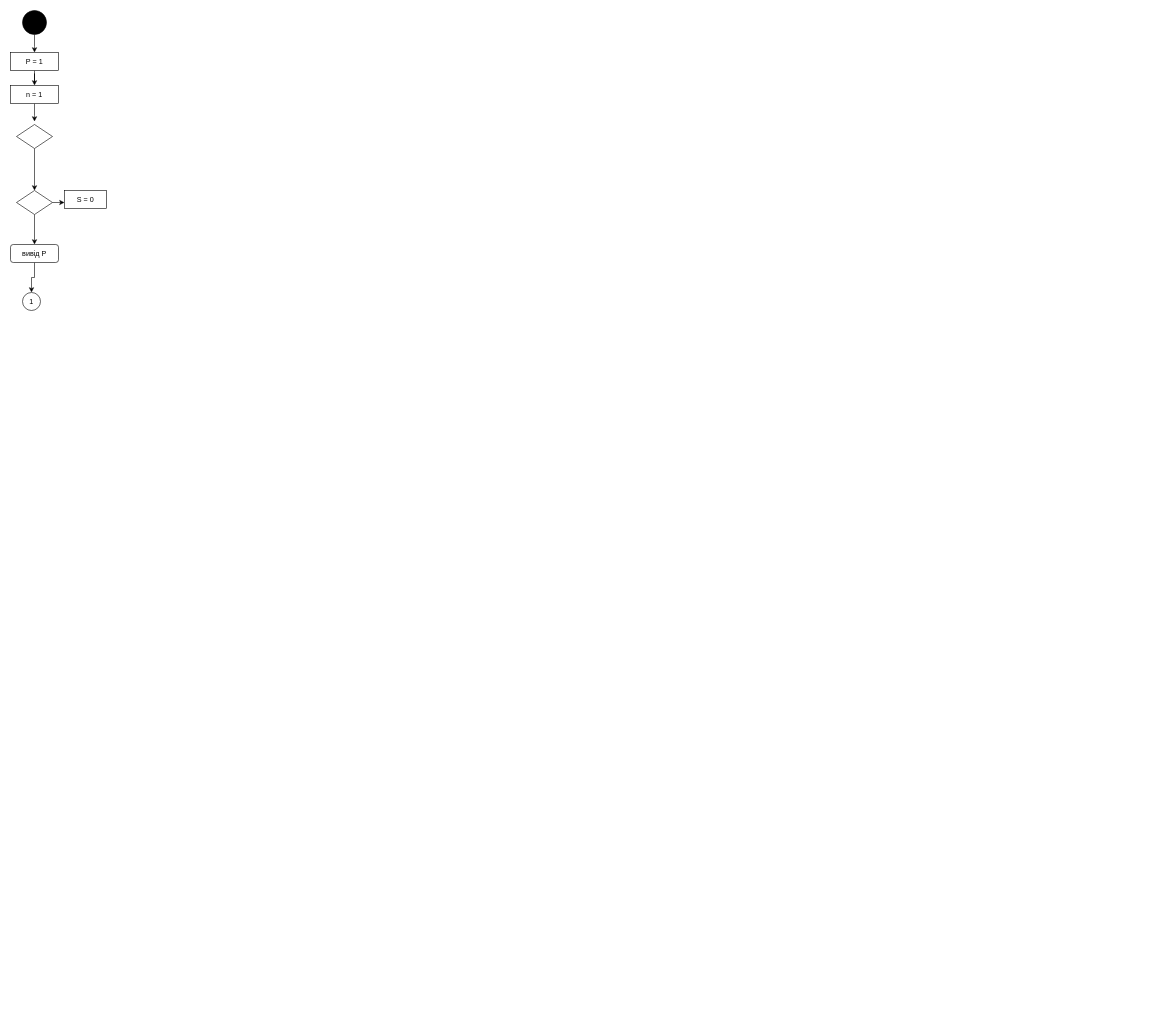
Earlier version of the draw.io diagram page "Страница 2" (2 of 2) of Диаграмма без названия.drawio (Sofiia213/4.2). Source tidied: cells renumbered, new cells numbered last; positions are measured from the earlier drawing's top-left corner, leaving out a move shared by most shapes. Both pictures are drawn from the tidied source at 60%, with x=0, y=0 at pixel (10, 10).
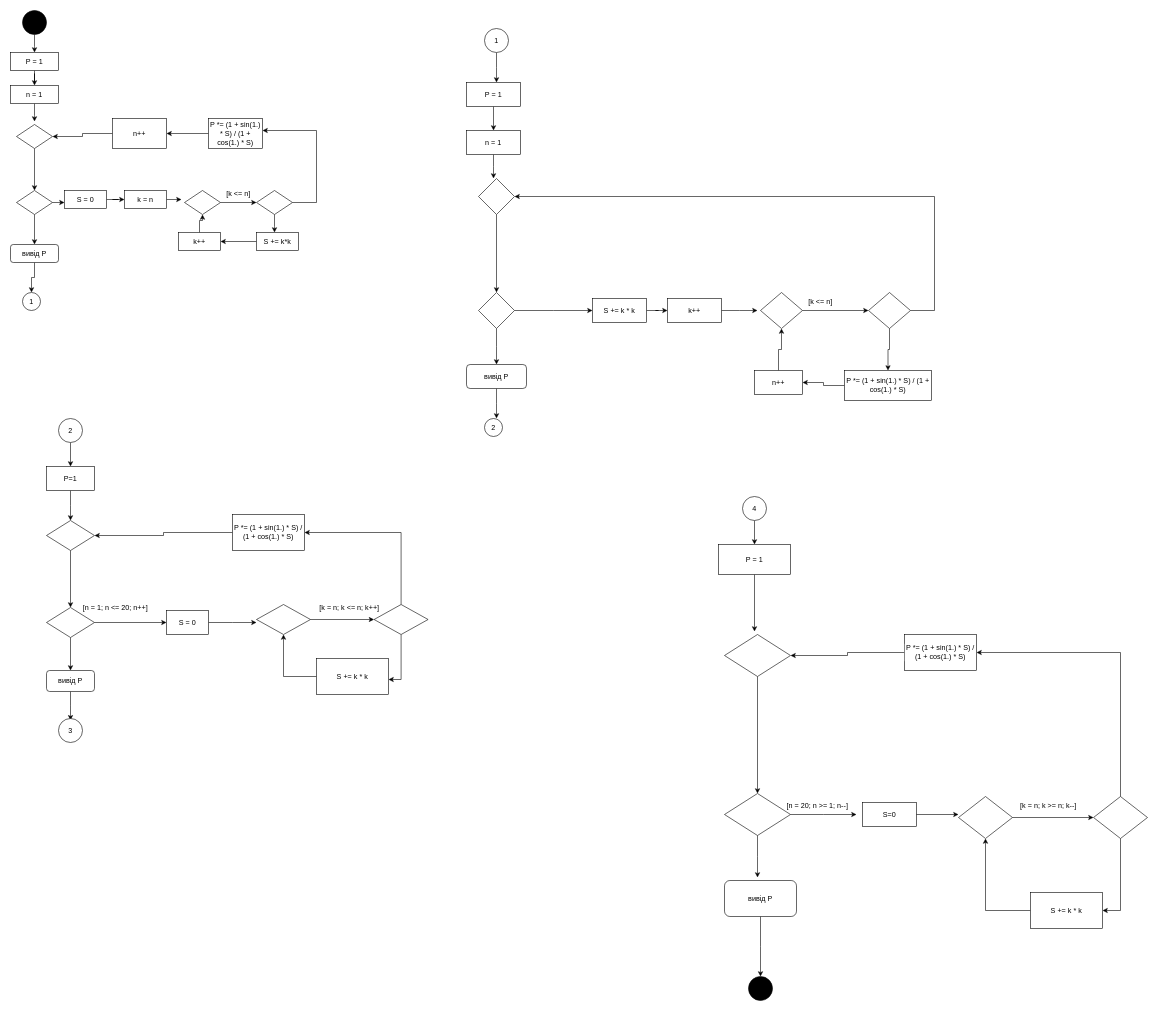
Above is the later version.

Unchanged cells that the change refers to:
```xml
<mxCell id="9" style="rhombus;whiteSpace=wrap;html=1;fillColor=#FFFFFF;" parent="1" vertex="1">
  <mxGeometry x="10" y="190" width="60" height="40" as="geometry" />
</mxCell>
<mxCell id="16" value="S = 0" style="rounded=0;whiteSpace=wrap;html=1;fillColor=#FFFFFF;" parent="1" vertex="1">
  <mxGeometry x="90" y="300" width="70" height="30" as="geometry" />
</mxCell>
```

Diff of the diagram source:
```diff
@@
+    <mxCell id="17" style="edgeStyle=orthogonalEdgeStyle;rounded=0;jettySize=auto;html=1;" parent="1" edge="1" source="16" target="19">
+      <mxGeometry relative="1" as="geometry" />
+    </mxCell>
@@
+    <mxCell id="18" style="edgeStyle=orthogonalEdgeStyle;rounded=0;jettySize=auto;html=1;" parent="1" edge="1" source="19">
+      <mxGeometry relative="1" as="geometry">
+        <mxPoint x="285" y="315" as="targetPoint" />
+      </mxGeometry>
+    </mxCell>
+    <mxCell id="19" value="k = n" style="rounded=0;whiteSpace=wrap;html=1;fillColor=#FFFFFF;" parent="1" vertex="1">
+      <mxGeometry x="190" y="300" width="70" height="30" as="geometry" />
+    </mxCell>
+    <mxCell id="20" style="edgeStyle=orthogonalEdgeStyle;rounded=0;jettySize=auto;html=1;" parent="1" edge="1" source="21" target="24">
+      <mxGeometry relative="1" as="geometry" />
+    </mxCell>
+    <mxCell id="21" style="rhombus;whiteSpace=wrap;html=1;" parent="1" vertex="1">
+      <mxGeometry x="290" y="300" width="60" height="40" as="geometry" />
+    </mxCell>
+    <mxCell id="22" style="edgeStyle=orthogonalEdgeStyle;rounded=0;jettySize=auto;html=1;" parent="1" edge="1" source="24">
+      <mxGeometry relative="1" as="geometry">
+        <mxPoint x="440" y="370" as="targetPoint" />
+      </mxGeometry>
+    </mxCell>
+    <mxCell id="23" style="edgeStyle=orthogonalEdgeStyle;rounded=0;jettySize=auto;html=1;" parent="1" edge="1" source="24" target="31">
+      <mxGeometry relative="1" as="geometry">
+        <Array as="points">
+          <mxPoint x="510" y="320" />
+          <mxPoint x="510" y="200" />
+        </Array>
+      </mxGeometry>
+    </mxCell>
+    <mxCell id="24" style="rhombus;whiteSpace=wrap;html=1;" parent="1" vertex="1">
+      <mxGeometry x="410" y="300" width="60" height="40" as="geometry" />
+    </mxCell>
+    <mxCell id="25" style="edgeStyle=orthogonalEdgeStyle;rounded=0;jettySize=auto;html=1;" parent="1" edge="1" source="26" target="29">
+      <mxGeometry relative="1" as="geometry" />
+    </mxCell>
+    <mxCell id="26" value="S += k*k" style="rounded=0;whiteSpace=wrap;html=1;" parent="1" vertex="1">
+      <mxGeometry x="410" y="370" width="70" height="30" as="geometry" />
+    </mxCell>
+    <mxCell id="27" value="[k &amp;lt;= n]" style="text;html=1;strokeColor=none;fillColor=none;align=center;verticalAlign=middle;whiteSpace=wrap;rounded=0;" parent="1" vertex="1">
+      <mxGeometry x="350" y="290" width="60" height="30" as="geometry" />
+    </mxCell>
+    <mxCell id="28" style="edgeStyle=orthogonalEdgeStyle;rounded=0;jettySize=auto;html=1;" parent="1" edge="1" source="29" target="21">
+      <mxGeometry relative="1" as="geometry" />
+    </mxCell>
+    <mxCell id="29" value="k++" style="rounded=0;whiteSpace=wrap;html=1;" parent="1" vertex="1">
+      <mxGeometry x="280" y="370" width="70" height="30" as="geometry" />
+    </mxCell>
+    <mxCell id="30" style="edgeStyle=orthogonalEdgeStyle;rounded=0;jettySize=auto;html=1;" parent="1" edge="1" source="31" target="33">
+      <mxGeometry relative="1" as="geometry" />
+    </mxCell>
+    <mxCell id="31" value="P *= (1 + sin(1.) * S) / (1 + cos(1.) * S)" style="rounded=0;whiteSpace=wrap;html=1;" parent="1" vertex="1">
+      <mxGeometry x="330" y="180" width="90" height="50" as="geometry" />
+    </mxCell>
+    <mxCell id="32" style="edgeStyle=orthogonalEdgeStyle;rounded=0;jettySize=auto;html=1;entryX=1;entryY=0.5;entryDx=0;entryDy=0;" parent="1" edge="1" source="33" target="9">
+      <mxGeometry relative="1" as="geometry" />
+    </mxCell>
+    <mxCell id="33" value="n++" style="rounded=0;whiteSpace=wrap;html=1;" parent="1" vertex="1">
+      <mxGeometry x="170" y="180" width="90" height="50" as="geometry" />
+    </mxCell>
+    <mxCell id="34" style="edgeStyle=orthogonalEdgeStyle;rounded=0;jettySize=auto;html=1;" parent="1" edge="1" source="35">
+      <mxGeometry relative="1" as="geometry">
+        <mxPoint x="810" y="120" as="targetPoint" />
+      </mxGeometry>
+    </mxCell>
+    <mxCell id="35" value="1" style="ellipse;whiteSpace=wrap;html=1;" parent="1" vertex="1">
+      <mxGeometry x="790" y="30" width="40" height="40" as="geometry" />
+    </mxCell>
+    <mxCell id="36" style="edgeStyle=orthogonalEdgeStyle;rounded=0;jettySize=auto;html=1;" parent="1" edge="1" source="37" target="39">
+      <mxGeometry relative="1" as="geometry" />
+    </mxCell>
+    <mxCell id="37" value="P = 1" style="rounded=0;whiteSpace=wrap;html=1;" parent="1" vertex="1">
+      <mxGeometry x="760" y="120" width="90" height="40" as="geometry" />
+    </mxCell>
+    <mxCell id="38" style="edgeStyle=orthogonalEdgeStyle;rounded=0;jettySize=auto;html=1;" parent="1" edge="1" source="39">
+      <mxGeometry relative="1" as="geometry">
+        <mxPoint x="805" y="280" as="targetPoint" />
+      </mxGeometry>
+    </mxCell>
+    <mxCell id="39" value="n = 1" style="rounded=0;whiteSpace=wrap;html=1;" parent="1" vertex="1">
+      <mxGeometry x="760" y="200" width="90" height="40" as="geometry" />
+    </mxCell>
+    <mxCell id="40" style="edgeStyle=orthogonalEdgeStyle;rounded=0;jettySize=auto;html=1;" parent="1" edge="1" source="41" target="44">
+      <mxGeometry relative="1" as="geometry" />
+    </mxCell>
+    <mxCell id="41" style="rhombus;whiteSpace=wrap;html=1;" parent="1" vertex="1">
+      <mxGeometry x="780" y="280" width="60" height="60" as="geometry" />
+    </mxCell>
+    <mxCell id="42" style="edgeStyle=orthogonalEdgeStyle;rounded=0;jettySize=auto;html=1;" parent="1" edge="1" source="44">
+      <mxGeometry relative="1" as="geometry">
+        <mxPoint x="970" y="500" as="targetPoint" />
+      </mxGeometry>
+    </mxCell>
+    <mxCell id="43" style="edgeStyle=orthogonalEdgeStyle;rounded=0;jettySize=auto;html=1;" parent="1" edge="1" source="44">
+      <mxGeometry relative="1" as="geometry">
+        <mxPoint x="810" y="590" as="targetPoint" />
+      </mxGeometry>
+    </mxCell>
+    <mxCell id="44" style="rhombus;whiteSpace=wrap;html=1;" parent="1" vertex="1">
+      <mxGeometry x="780" y="470" width="60" height="60" as="geometry" />
+    </mxCell>
+    <mxCell id="45" style="edgeStyle=orthogonalEdgeStyle;rounded=0;jettySize=auto;html=1;" parent="1" edge="1" source="46">
+      <mxGeometry relative="1" as="geometry">
+        <mxPoint x="810" y="680" as="targetPoint" />
+      </mxGeometry>
+    </mxCell>
+    <mxCell id="46" value="вивід P" style="rounded=1;whiteSpace=wrap;html=1;" parent="1" vertex="1">
+      <mxGeometry x="760" y="590" width="100" height="40" as="geometry" />
+    </mxCell>
+    <mxCell id="47" value="2" style="ellipse;whiteSpace=wrap;html=1;" parent="1" vertex="1">
+      <mxGeometry x="790" y="680" width="30" height="30" as="geometry" />
+    </mxCell>
+    <mxCell id="48" style="edgeStyle=orthogonalEdgeStyle;rounded=0;jettySize=auto;html=1;" parent="1" edge="1" source="49" target="51">
+      <mxGeometry relative="1" as="geometry" />
+    </mxCell>
+    <mxCell id="49" value="S += k * k" style="rounded=0;whiteSpace=wrap;html=1;" parent="1" vertex="1">
+      <mxGeometry x="970" y="480" width="90" height="40" as="geometry" />
+    </mxCell>
+    <mxCell id="50" style="edgeStyle=orthogonalEdgeStyle;rounded=0;jettySize=auto;html=1;" parent="1" edge="1" source="51">
+      <mxGeometry relative="1" as="geometry">
+        <mxPoint x="1245" y="500" as="targetPoint" />
+      </mxGeometry>
+    </mxCell>
+    <mxCell id="51" value="k++" style="rounded=0;whiteSpace=wrap;html=1;" parent="1" vertex="1">
+      <mxGeometry x="1095" y="480" width="90" height="40" as="geometry" />
+    </mxCell>
+    <mxCell id="52" style="edgeStyle=orthogonalEdgeStyle;rounded=0;jettySize=auto;html=1;" parent="1" edge="1" source="53" target="56">
+      <mxGeometry relative="1" as="geometry" />
+    </mxCell>
+    <mxCell id="53" style="rhombus;whiteSpace=wrap;html=1;" parent="1" vertex="1">
+      <mxGeometry x="1250" y="470" width="70" height="60" as="geometry" />
+    </mxCell>
+    <mxCell id="54" style="edgeStyle=orthogonalEdgeStyle;rounded=0;jettySize=auto;html=1;" parent="1" edge="1" source="56" target="58">
+      <mxGeometry relative="1" as="geometry" />
+    </mxCell>
+    <mxCell id="55" style="edgeStyle=orthogonalEdgeStyle;rounded=0;jettySize=auto;html=1;entryX=1;entryY=0.5;entryDx=0;entryDy=0;" parent="1" edge="1" source="56" target="41">
+      <mxGeometry relative="1" as="geometry">
+        <Array as="points">
+          <mxPoint x="1540" y="500" />
+          <mxPoint x="1540" y="310" />
+        </Array>
+      </mxGeometry>
+    </mxCell>
+    <mxCell id="56" style="rhombus;whiteSpace=wrap;html=1;" parent="1" vertex="1">
+      <mxGeometry x="1430" y="470" width="70" height="60" as="geometry" />
+    </mxCell>
+    <mxCell id="57" style="edgeStyle=orthogonalEdgeStyle;rounded=0;jettySize=auto;html=1;" parent="1" edge="1" source="58" target="60">
+      <mxGeometry relative="1" as="geometry" />
+    </mxCell>
+    <mxCell id="58" value="P *= (1 + sin(1.) * S) / (1 + cos(1.) * S)" style="rounded=0;whiteSpace=wrap;html=1;" parent="1" vertex="1">
+      <mxGeometry x="1390" y="600" width="145" height="50" as="geometry" />
+    </mxCell>
+    <mxCell id="59" style="edgeStyle=orthogonalEdgeStyle;rounded=0;jettySize=auto;html=1;entryX=0.5;entryY=1;entryDx=0;entryDy=0;" parent="1" edge="1" source="60" target="53">
+      <mxGeometry relative="1" as="geometry" />
+    </mxCell>
+    <mxCell id="60" value="n++" style="rounded=0;whiteSpace=wrap;html=1;" parent="1" vertex="1">
+      <mxGeometry x="1240" y="600" width="80" height="40" as="geometry" />
+    </mxCell>
+    <mxCell id="61" value="[k &amp;lt;= n]" style="text;html=1;strokeColor=none;fillColor=none;align=center;verticalAlign=middle;whiteSpace=wrap;rounded=0;" parent="1" vertex="1">
+      <mxGeometry x="1320" y="470" width="60" height="30" as="geometry" />
+    </mxCell>
+    <mxCell id="62" style="edgeStyle=orthogonalEdgeStyle;rounded=0;jettySize=auto;html=1;" parent="1" edge="1" source="63" target="65">
+      <mxGeometry relative="1" as="geometry" />
+    </mxCell>
+    <mxCell id="63" value="2" style="ellipse;whiteSpace=wrap;html=1;" parent="1" vertex="1">
+      <mxGeometry x="80" y="680" width="40" height="40" as="geometry" />
+    </mxCell>
+    <mxCell id="64" style="edgeStyle=orthogonalEdgeStyle;rounded=0;jettySize=auto;html=1;" parent="1" edge="1" source="65">
+      <mxGeometry relative="1" as="geometry">
+        <mxPoint x="100" y="850" as="targetPoint" />
+      </mxGeometry>
+    </mxCell>
+    <mxCell id="65" value="P=1" style="rounded=0;whiteSpace=wrap;html=1;" parent="1" vertex="1">
+      <mxGeometry x="60" y="760" width="80" height="40" as="geometry" />
+    </mxCell>
+    <mxCell id="66" style="edgeStyle=orthogonalEdgeStyle;rounded=0;jettySize=auto;html=1;" parent="1" edge="1" source="67" target="70">
+      <mxGeometry relative="1" as="geometry" />
+    </mxCell>
+    <mxCell id="67" style="rhombus;whiteSpace=wrap;html=1;" parent="1" vertex="1">
+      <mxGeometry x="60" y="850" width="80" height="50" as="geometry" />
+    </mxCell>
+    <mxCell id="68" style="edgeStyle=orthogonalEdgeStyle;rounded=0;jettySize=auto;html=1;" parent="1" edge="1" source="70" target="72">
+      <mxGeometry relative="1" as="geometry" />
+    </mxCell>
+    <mxCell id="69" style="edgeStyle=orthogonalEdgeStyle;rounded=0;jettySize=auto;html=1;" parent="1" edge="1" source="70" target="76">
+      <mxGeometry relative="1" as="geometry" />
+    </mxCell>
+    <mxCell id="70" style="rhombus;whiteSpace=wrap;html=1;" parent="1" vertex="1">
+      <mxGeometry x="60" y="995" width="80" height="50" as="geometry" />
+    </mxCell>
+    <mxCell id="71" style="edgeStyle=orthogonalEdgeStyle;rounded=0;jettySize=auto;html=1;" parent="1" edge="1" source="72">
+      <mxGeometry relative="1" as="geometry">
+        <mxPoint x="100" y="1183" as="targetPoint" />
+      </mxGeometry>
+    </mxCell>
+    <mxCell id="72" value="вивід P" style="rounded=1;whiteSpace=wrap;html=1;" parent="1" vertex="1">
+      <mxGeometry x="60" y="1100" width="80" height="35" as="geometry" />
+    </mxCell>
+    <mxCell id="73" value="3" style="ellipse;whiteSpace=wrap;html=1;" parent="1" vertex="1">
+      <mxGeometry x="80" y="1180" width="40" height="40" as="geometry" />
+    </mxCell>
+    <mxCell id="74" value="[n = 1; n &amp;lt;= 20; n++]" style="text;html=1;strokeColor=none;fillColor=none;align=center;verticalAlign=middle;whiteSpace=wrap;rounded=0;" parent="1" vertex="1">
+      <mxGeometry x="110" y="980" width="130" height="30" as="geometry" />
+    </mxCell>
+    <mxCell id="75" style="edgeStyle=orthogonalEdgeStyle;rounded=0;jettySize=auto;html=1;" parent="1" edge="1" source="76">
+      <mxGeometry relative="1" as="geometry">
+        <mxPoint x="410" y="1020" as="targetPoint" />
+      </mxGeometry>
+    </mxCell>
+    <mxCell id="76" value="S = 0" style="rounded=0;whiteSpace=wrap;html=1;" parent="1" vertex="1">
+      <mxGeometry x="260" y="1000" width="70" height="40" as="geometry" />
+    </mxCell>
+    <mxCell id="77" style="edgeStyle=orthogonalEdgeStyle;rounded=0;jettySize=auto;html=1;" parent="1" edge="1" source="78" target="81">
+      <mxGeometry relative="1" as="geometry" />
+    </mxCell>
+    <mxCell id="78" style="rhombus;whiteSpace=wrap;html=1;" parent="1" vertex="1">
+      <mxGeometry x="410" y="990" width="90" height="50" as="geometry" />
+    </mxCell>
+    <mxCell id="79" style="edgeStyle=orthogonalEdgeStyle;rounded=0;jettySize=auto;html=1;" parent="1" edge="1" source="81" target="83">
+      <mxGeometry relative="1" as="geometry">
+        <Array as="points">
+          <mxPoint x="651" y="1115" />
+        </Array>
+      </mxGeometry>
+    </mxCell>
+    <mxCell id="80" style="edgeStyle=orthogonalEdgeStyle;rounded=0;jettySize=auto;html=1;" parent="1" edge="1" source="81" target="85">
+      <mxGeometry relative="1" as="geometry">
+        <Array as="points">
+          <mxPoint x="651" y="870" />
+        </Array>
+      </mxGeometry>
+    </mxCell>
+    <mxCell id="81" style="rhombus;whiteSpace=wrap;html=1;" parent="1" vertex="1">
+      <mxGeometry x="606" y="990" width="90" height="50" as="geometry" />
+    </mxCell>
+    <mxCell id="82" style="edgeStyle=orthogonalEdgeStyle;rounded=0;jettySize=auto;html=1;entryX=0.5;entryY=1;entryDx=0;entryDy=0;" parent="1" edge="1" source="83" target="78">
+      <mxGeometry relative="1" as="geometry" />
+    </mxCell>
+    <mxCell id="83" value="S += k * k" style="rounded=0;whiteSpace=wrap;html=1;" parent="1" vertex="1">
+      <mxGeometry x="510" y="1080" width="120" height="60" as="geometry" />
+    </mxCell>
+    <mxCell id="84" style="edgeStyle=orthogonalEdgeStyle;rounded=0;jettySize=auto;html=1;entryX=1;entryY=0.5;entryDx=0;entryDy=0;" parent="1" edge="1" source="85" target="67">
+      <mxGeometry relative="1" as="geometry" />
+    </mxCell>
+    <mxCell id="85" value="P *= (1 + sin(1.) * S) / (1 + cos(1.) * S)" style="rounded=0;whiteSpace=wrap;html=1;" parent="1" vertex="1">
+      <mxGeometry x="370" y="840" width="120" height="60" as="geometry" />
+    </mxCell>
+    <mxCell id="86" style="edgeStyle=orthogonalEdgeStyle;rounded=0;jettySize=auto;html=1;" parent="1" edge="1" source="87" target="89">
+      <mxGeometry relative="1" as="geometry" />
+    </mxCell>
+    <mxCell id="87" value="4" style="ellipse;whiteSpace=wrap;html=1;" parent="1" vertex="1">
+      <mxGeometry x="1220" y="810" width="40" height="40" as="geometry" />
+    </mxCell>
+    <mxCell id="88" style="edgeStyle=orthogonalEdgeStyle;rounded=0;jettySize=auto;html=1;" parent="1" edge="1" source="89">
+      <mxGeometry relative="1" as="geometry">
+        <mxPoint x="1240" y="1035" as="targetPoint" />
+      </mxGeometry>
+    </mxCell>
+    <mxCell id="89" value="P = 1" style="rounded=0;whiteSpace=wrap;html=1;" parent="1" vertex="1">
+      <mxGeometry x="1180" y="890" width="120" height="50" as="geometry" />
+    </mxCell>
+    <mxCell id="90" value="[k = n; k &amp;lt;= n; k++]" style="text;html=1;strokeColor=none;fillColor=none;align=center;verticalAlign=middle;whiteSpace=wrap;rounded=0;" parent="1" vertex="1">
+      <mxGeometry x="510" y="980" width="110" height="30" as="geometry" />
+    </mxCell>
+    <mxCell id="91" style="edgeStyle=orthogonalEdgeStyle;rounded=0;jettySize=auto;html=1;" parent="1" edge="1" source="92" target="95">
+      <mxGeometry relative="1" as="geometry" />
+    </mxCell>
+    <mxCell id="92" style="rhombus;whiteSpace=wrap;html=1;" parent="1" vertex="1">
+      <mxGeometry x="1190" y="1040" width="110" height="70" as="geometry" />
+    </mxCell>
+    <mxCell id="93" style="edgeStyle=orthogonalEdgeStyle;rounded=0;jettySize=auto;html=1;" parent="1" edge="1" source="95">
+      <mxGeometry relative="1" as="geometry">
+        <mxPoint x="1245" y="1445" as="targetPoint" />
+      </mxGeometry>
+    </mxCell>
+    <mxCell id="94" style="edgeStyle=orthogonalEdgeStyle;rounded=0;jettySize=auto;html=1;" parent="1" edge="1" source="95">
+      <mxGeometry relative="1" as="geometry">
+        <mxPoint x="1410" y="1340" as="targetPoint" />
+      </mxGeometry>
+    </mxCell>
+    <mxCell id="95" style="rhombus;whiteSpace=wrap;html=1;" parent="1" vertex="1">
+      <mxGeometry x="1190" y="1305" width="110" height="70" as="geometry" />
+    </mxCell>
+    <mxCell id="96" style="edgeStyle=orthogonalEdgeStyle;rounded=0;jettySize=auto;html=1;" parent="1" edge="1" source="97">
+      <mxGeometry relative="1" as="geometry">
+        <mxPoint x="1250" y="1610" as="targetPoint" />
+      </mxGeometry>
+    </mxCell>
+    <mxCell id="97" value="вивід P" style="rounded=1;whiteSpace=wrap;html=1;" parent="1" vertex="1">
+      <mxGeometry x="1190" y="1450" width="120" height="60" as="geometry" />
+    </mxCell>
+    <mxCell id="98" style="ellipse;whiteSpace=wrap;html=1;fillColor=#000000;" parent="1" vertex="1">
+      <mxGeometry x="1230" y="1610" width="40" height="40" as="geometry" />
+    </mxCell>
+    <mxCell id="99" style="edgeStyle=orthogonalEdgeStyle;rounded=0;orthogonalLoop=1;jettySize=auto;html=1;" parent="1" edge="1">
+      <mxGeometry relative="1" as="geometry">
+        <mxPoint x="1490" y="1340" as="sourcePoint" />
+        <mxPoint x="1580" y="1340" as="targetPoint" />
+      </mxGeometry>
+    </mxCell>
+    <mxCell id="100" style="edgeStyle=orthogonalEdgeStyle;rounded=0;jettySize=auto;html=1;" parent="1" edge="1" source="101" target="104">
+      <mxGeometry relative="1" as="geometry" />
+    </mxCell>
+    <mxCell id="101" style="rhombus;whiteSpace=wrap;html=1;labelBackgroundColor=#FFFFFF;fillColor=#FFFFFF;" parent="1" vertex="1">
+      <mxGeometry x="1580" y="1310" width="90" height="70" as="geometry" />
+    </mxCell>
+    <mxCell id="102" style="edgeStyle=orthogonalEdgeStyle;rounded=0;jettySize=auto;html=1;" parent="1" edge="1" source="104" target="106">
+      <mxGeometry relative="1" as="geometry">
+        <Array as="points">
+          <mxPoint x="1850" y="1500" />
+        </Array>
+      </mxGeometry>
+    </mxCell>
+    <mxCell id="103" style="edgeStyle=orthogonalEdgeStyle;rounded=0;jettySize=auto;html=1;" parent="1" edge="1" source="104" target="108">
+      <mxGeometry relative="1" as="geometry">
+        <Array as="points">
+          <mxPoint x="1850" y="1070" />
+        </Array>
+      </mxGeometry>
+    </mxCell>
+    <mxCell id="104" style="rhombus;whiteSpace=wrap;html=1;labelBackgroundColor=#FFFFFF;fillColor=#FFFFFF;" parent="1" vertex="1">
+      <mxGeometry x="1805" y="1310" width="90" height="70" as="geometry" />
+    </mxCell>
+    <mxCell id="105" style="edgeStyle=orthogonalEdgeStyle;rounded=0;jettySize=auto;html=1;entryX=0.5;entryY=1;entryDx=0;entryDy=0;" parent="1" edge="1" source="106" target="101">
+      <mxGeometry relative="1" as="geometry" />
+    </mxCell>
+    <mxCell id="106" value="S += k * k" style="rounded=0;whiteSpace=wrap;html=1;labelBackgroundColor=#FFFFFF;fillColor=#FFFFFF;" parent="1" vertex="1">
+      <mxGeometry x="1700" y="1470" width="120" height="60" as="geometry" />
+    </mxCell>
+    <mxCell id="107" style="edgeStyle=orthogonalEdgeStyle;rounded=0;jettySize=auto;html=1;entryX=1;entryY=0.5;entryDx=0;entryDy=0;" parent="1" edge="1" source="108" target="92">
+      <mxGeometry relative="1" as="geometry" />
+    </mxCell>
+    <mxCell id="108" value="P *= (1 + sin(1.) * S) / (1 + cos(1.) * S)" style="rounded=0;whiteSpace=wrap;html=1;labelBackgroundColor=#FFFFFF;fillColor=#FFFFFF;" parent="1" vertex="1">
+      <mxGeometry x="1490" y="1040" width="120" height="60" as="geometry" />
+    </mxCell>
+    <mxCell id="109" value="S=0" style="rounded=0;whiteSpace=wrap;html=1;labelBackgroundColor=#FFFFFF;fillColor=#FFFFFF;" parent="1" vertex="1">
+      <mxGeometry x="1420" y="1320" width="90" height="40" as="geometry" />
+    </mxCell>
+    <mxCell id="110" value="[n = 20; n &amp;gt;= 1; n--]" style="text;html=1;strokeColor=none;fillColor=none;align=center;verticalAlign=middle;whiteSpace=wrap;rounded=0;labelBackgroundColor=#FFFFFF;" parent="1" vertex="1">
+      <mxGeometry x="1290" y="1310" width="110" height="30" as="geometry" />
+    </mxCell>
+    <mxCell id="111" value="[k = n; k &amp;gt;= n; k--]" style="text;html=1;strokeColor=none;fillColor=none;align=center;verticalAlign=middle;whiteSpace=wrap;rounded=0;labelBackgroundColor=#FFFFFF;" parent="1" vertex="1">
+      <mxGeometry x="1680" y="1310" width="100" height="30" as="geometry" />
+    </mxCell>
```
